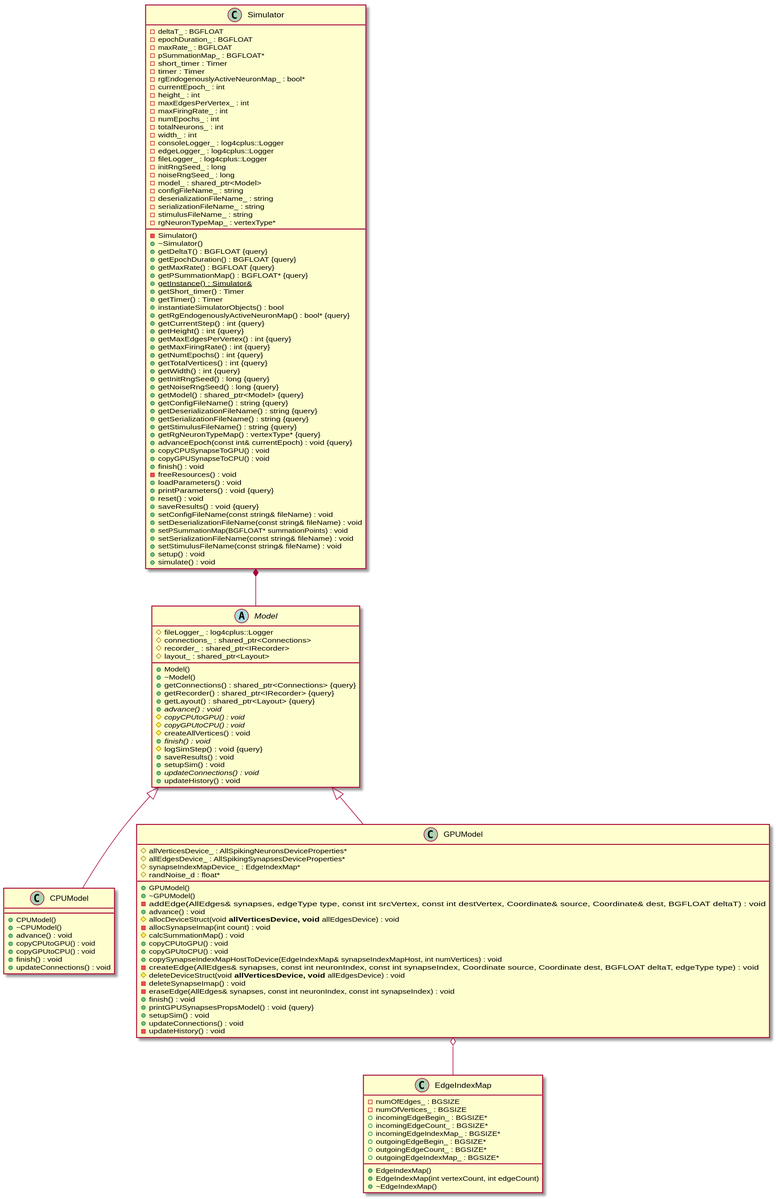
The PlantUML diagram docs/Developer/ClassDiagrams/diagrams/GraphittiCoreClassDiagram.svg in UWB-Biocomputing/Graphitti, before a commit.
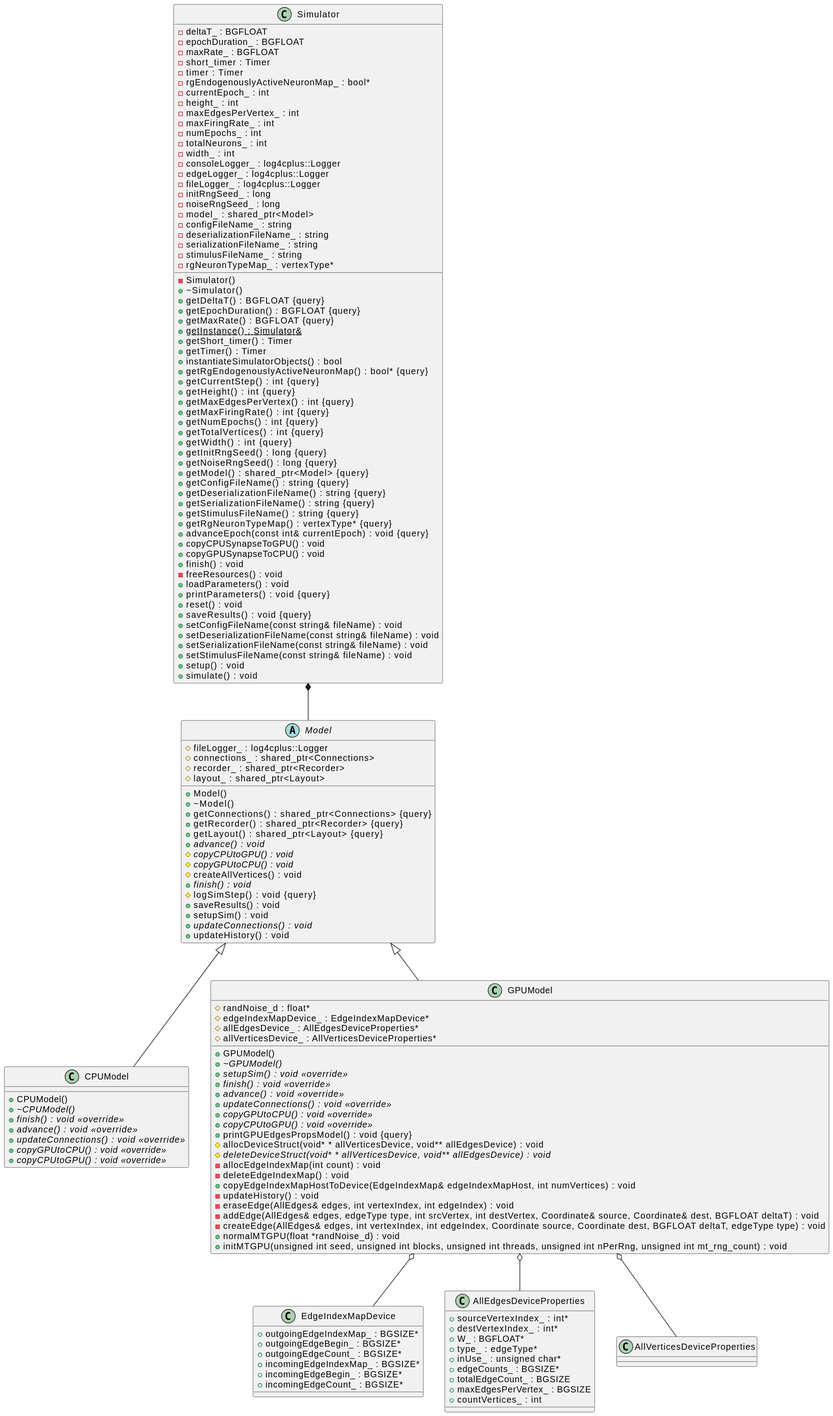
Later version of the same file.

What changed in the source:
```diff
@@ -1,45 +1,41 @@
-@startuml GraphittiCoreClassDiagram
-
-
-
-
-
+@startuml
 
 class CPUModel {
 	+CPUModel()
-	+~CPUModel()
-	+advance() : void
-	+copyCPUtoGPU() : void
-	+copyGPUtoCPU() : void
-	+finish() : void
-	+updateConnections() : void
+	+{abstract} ~CPUModel()
+	+{abstract} finish() : void <<override>>
+	+{abstract} advance() : void <<override>>
+	+{abstract} updateConnections() : void <<override>>
+	+{abstract} copyGPUtoCPU() : void <<override>>
+	+{abstract} copyCPUtoGPU() : void <<override>>
 }
 
 
 class GPUModel {
 	+GPUModel()
-	+~GPUModel()
-	#allVerticesDevice_ : AllSpikingNeuronsDeviceProperties*
-	#allEdgesDevice_ : AllSpikingSynapsesDeviceProperties*
-	#synapseIndexMapDevice_ : EdgeIndexMap*
+	+{abstract} ~GPUModel()
+	+{abstract} setupSim() : void <<override>>
+	+{abstract} finish() : void <<override>>
+	+{abstract} advance() : void <<override>>
+	+{abstract} updateConnections() : void <<override>>
+	+{abstract} copyGPUtoCPU() : void <<override>>
+	+{abstract} copyCPUtoGPU() : void <<override>>
+	+printGPUEdgesPropsModel() : void {query}
+	#allocDeviceStruct(void* * allVerticesDevice, void** allEdgesDevice) : void
+	#{abstract} deleteDeviceStruct(void* * allVerticesDevice, void** allEdgesDevice) : void
 	#randNoise_d : float*
-	-addEdge(AllEdges& synapses, edgeType type, const int srcVertex, const int destVertex, Coordinate& source, Coordinate& dest, BGFLOAT deltaT) : void
-	+advance() : void
-	#allocDeviceStruct(void** allVerticesDevice, void** allEdgesDevice) : void
-	-allocSynapseImap(int count) : void
-	#calcSummationMap() : void
-	+copyCPUtoGPU() : void
-	+copyGPUtoCPU() : void
-	+copySynapseIndexMapHostToDevice(EdgeIndexMap& synapseIndexMapHost, int numVertices) : void
-	-createEdge(AllEdges& synapses, const int neuronIndex, const int synapseIndex, Coordinate source, Coordinate dest, BGFLOAT deltaT, edgeType type) : void
-	#deleteDeviceStruct(void** allVerticesDevice, void** allEdgesDevice) : void
-	-deleteSynapseImap() : void
-	-eraseEdge(AllEdges& synapses, const int neuronIndex, const int synapseIndex) : void
-	+finish() : void
-	+printGPUSynapsesPropsModel() : void {query}
-	+setupSim() : void
-	+updateConnections() : void
+	#edgeIndexMapDevice_ : EdgeIndexMapDevice*
+	#allEdgesDevice_ : AllEdgesDeviceProperties*
+	#allVerticesDevice_ : AllVerticesDeviceProperties*
+	-allocEdgeIndexMap(int count) : void
+	-deleteEdgeIndexMap() : void
+	+copyEdgeIndexMapHostToDevice(EdgeIndexMap& edgeIndexMapHost, int numVertices) : void
 	-updateHistory() : void
+	-eraseEdge(AllEdges& edges, int vertexIndex, int edgeIndex) : void
+	-addEdge(AllEdges& edges, edgeType type, int srcVertex, int destVertex, Coordinate& source, Coordinate& dest, BGFLOAT deltaT) : void
+	-createEdge(AllEdges& edges, int vertexIndex, int edgeIndex, Coordinate source, Coordinate dest, BGFLOAT deltaT, edgeType type) : void
+	+normalMTGPU(float *randNoise_d) : void
+	+initMTGPU(unsigned int seed, unsigned int blocks, unsigned int threads, unsigned int nPerRng, unsigned int mt_rng_count) : void
 }
 
 
@@ -49,8 +45,8 @@
 	#fileLogger_ : log4cplus::Logger
 	#connections_ : shared_ptr<Connections>
 	+getConnections() : shared_ptr<Connections> {query}
-	+getRecorder() : shared_ptr<IRecorder> {query}
-	#recorder_ : shared_ptr<IRecorder>
+	+getRecorder() : shared_ptr<Recorder> {query}
+	#recorder_ : shared_ptr<Recorder>
 	+getLayout() : shared_ptr<Layout> {query}
 	#layout_ : shared_ptr<Layout>
 	+{abstract} advance() : void
@@ -75,8 +71,6 @@
 	+getEpochDuration() : BGFLOAT {query}
 	+getMaxRate() : BGFLOAT {query}
 	-maxRate_ : BGFLOAT
-	+getPSummationMap() : BGFLOAT* {query}
-	-pSummationMap_ : BGFLOAT*
 	+{static} getInstance() : Simulator&
 	+getShort_timer() : Timer
 	+getTimer() : Timer
@@ -129,7 +123,6 @@
 	+saveResults() : void {query}
 	+setConfigFileName(const string& fileName) : void
 	+setDeserializationFileName(const string& fileName) : void
-	+setPSummationMap(BGFLOAT* summationPoints) : void
 	+setSerializationFileName(const string& fileName) : void
 	+setStimulusFileName(const string& fileName) : void
 	+setup() : void
@@ -137,18 +130,31 @@
 }
 
 
-class EdgeIndexMap {
-	+EdgeIndexMap()
-	+EdgeIndexMap(int vertexCount, int edgeCount)
-	+~EdgeIndexMap()
-	-numOfEdges_ : BGSIZE
-	-numOfVertices_ : BGSIZE
-	+incomingEdgeBegin_ : BGSIZE*
-	+incomingEdgeCount_ : BGSIZE*
-	+incomingEdgeIndexMap_ : BGSIZE*
-	+outgoingEdgeBegin_ : BGSIZE*
-	+outgoingEdgeCount_ : BGSIZE*
-	+outgoingEdgeIndexMap_ : BGSIZE*
+class EdgeIndexMapDevice {
+  +outgoingEdgeIndexMap_ : BGSIZE*
+  +outgoingEdgeBegin_ : BGSIZE*
+  +outgoingEdgeCount_ : BGSIZE*
+  +incomingEdgeIndexMap_ : BGSIZE*
+  +incomingEdgeBegin_ : BGSIZE*
+  +incomingEdgeCount_ : BGSIZE*
+}
+
+
+class AllEdgesDeviceProperties {
+  +sourceVertexIndex_ : int*
+  +destVertexIndex_ : int*
+  +W_ : BGFLOAT*
+  +type_ : edgeType*
+  +inUse_ : unsigned char*
+  +edgeCounts_ : BGSIZE*
+  +totalEdgeCount_ : BGSIZE
+  +maxEdgesPerVertex_ : BGSIZE
+  +countVertices_ : int
+}
+
+
+class AllVerticesDeviceProperties {
+
 }
 
 
@@ -166,13 +172,9 @@
 
 
 
-.GPUModel o-- .EdgeIndexMap
+.GPUModel o-- .EdgeIndexMapDevice
+.GPUModel o-- .AllEdgesDeviceProperties
+.GPUModel o-- .AllVerticesDeviceProperties
 
 .Simulator *-- .Model
-
-
-
-
-
-
 @enduml
```
